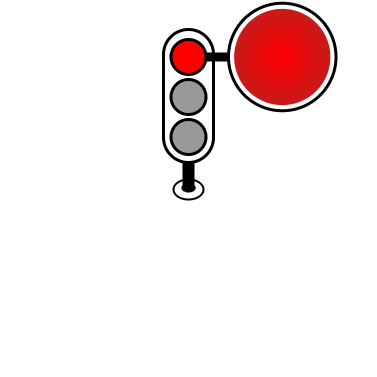
This is assets/images/trafficlight-red-countdown.drawio.png from priobike/priobike-flutter-app, a draw.io export, as it was before one commit. Source tidied: cells renumbered, new cells last; positions are measured from the earlier drawing's top-left corner, leaving out a move shared by most shapes. The source it was exported from:
```xml
<mxGraphModel>
  <root>
    <mxCell id="0" />
    <mxCell id="1" parent="0" />
    <mxCell id="2" style="whiteSpace=wrap;html=1;fillColor=none;strokeColor=none;" parent="1" vertex="1">
      <mxGeometry x="0.1" y="-0.4" width="375.8" height="375.8" as="geometry" />
    </mxCell>
    <mxCell id="3" style="rounded=1;whiteSpace=wrap;html=1;perimeterSpacing=0;arcSize=50;strokeWidth=3;" parent="1" vertex="1">
      <mxGeometry x="163" y="29" width="50" height="133" as="geometry" />
    </mxCell>
    <mxCell id="4" style="ellipse;whiteSpace=wrap;html=1;fillColor=#FF0000;fontColor=#333333;strokeColor=#000000;strokeWidth=3;" parent="1" vertex="1">
      <mxGeometry x="170.5" y="39" width="35" height="35" as="geometry" />
    </mxCell>
    <mxCell id="5" style="ellipse;whiteSpace=wrap;html=1;fillColor=#999999;fontColor=#333333;strokeColor=#000000;strokeWidth=3;" parent="1" vertex="1">
      <mxGeometry x="170.5" y="79" width="35" height="35" as="geometry" />
    </mxCell>
    <mxCell id="6" style="ellipse;whiteSpace=wrap;html=1;fillColor=#999999;fontColor=#333333;strokeColor=#000000;strokeWidth=3;shadow=0;" parent="1" vertex="1">
      <mxGeometry x="170.5" y="119" width="35" height="35" as="geometry" />
    </mxCell>
    <mxCell id="7" style="ellipse;whiteSpace=wrap;html=1;shadow=0;gradientDirection=radial;strokeWidth=3;" parent="1" vertex="1">
      <mxGeometry x="228" y="2.8" width="107.5" height="107.5" as="geometry" />
    </mxCell>
    <mxCell id="8" style="endArrow=none;html=1;rounded=0;strokeWidth=9;" parent="1" edge="1" source="4" target="7">
      <mxGeometry relative="1" as="geometry" />
    </mxCell>
    <mxCell id="9" style="ellipse;whiteSpace=wrap;html=1;shadow=0;fillColor=#FF0000;gradientColor=#C71A1A;gradientDirection=radial;strokeWidth=3;strokeColor=none;" parent="1" vertex="1">
      <mxGeometry x="233.6" y="8.4" width="96.2" height="96.2" as="geometry" />
    </mxCell>
    <mxCell id="10" style="ellipse;whiteSpace=wrap;html=1;strokeWidth=2;" parent="1" vertex="1">
      <mxGeometry x="173" y="179" width="30" height="20" as="geometry" />
    </mxCell>
    <mxCell id="11" style="ellipse;whiteSpace=wrap;html=1;strokeWidth=3;strokeColor=none;fillColor=#000000;" parent="1" vertex="1">
      <mxGeometry x="181" y="183" width="14.1" height="9" as="geometry" />
    </mxCell>
    <mxCell id="12" style="endArrow=none;html=1;rounded=0;exitX=0.5;exitY=1;exitDx=0;exitDy=0;strokeWidth=12;" parent="1" edge="1" source="3">
      <mxGeometry relative="1" as="geometry">
        <mxPoint x="188" y="189" as="targetPoint" />
      </mxGeometry>
    </mxCell>
  </root>
</mxGraphModel>
```
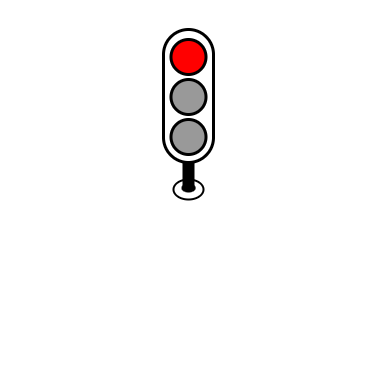
The same diagram one commit later.

Commit message:
Draft new speedometer design with countdown in speedometer

Change to the diagram source:
```diff
@@ -17,15 +17,6 @@
     <mxCell id="6" style="ellipse;whiteSpace=wrap;html=1;fillColor=#999999;fontColor=#333333;strokeColor=#000000;strokeWidth=3;shadow=0;" parent="1" vertex="1">
       <mxGeometry x="170.5" y="119" width="35" height="35" as="geometry" />
     </mxCell>
-    <mxCell id="7" style="ellipse;whiteSpace=wrap;html=1;shadow=0;gradientDirection=radial;strokeWidth=3;" parent="1" vertex="1">
-      <mxGeometry x="228" y="2.8" width="107.5" height="107.5" as="geometry" />
-    </mxCell>
-    <mxCell id="8" style="endArrow=none;html=1;rounded=0;strokeWidth=9;" parent="1" edge="1" source="4" target="7">
-      <mxGeometry relative="1" as="geometry" />
-    </mxCell>
-    <mxCell id="9" style="ellipse;whiteSpace=wrap;html=1;shadow=0;fillColor=#FF0000;gradientColor=#C71A1A;gradientDirection=radial;strokeWidth=3;strokeColor=none;" parent="1" vertex="1">
-      <mxGeometry x="233.6" y="8.4" width="96.2" height="96.2" as="geometry" />
-    </mxCell>
     <mxCell id="10" style="ellipse;whiteSpace=wrap;html=1;strokeWidth=2;" parent="1" vertex="1">
       <mxGeometry x="173" y="179" width="30" height="20" as="geometry" />
     </mxCell>
```
